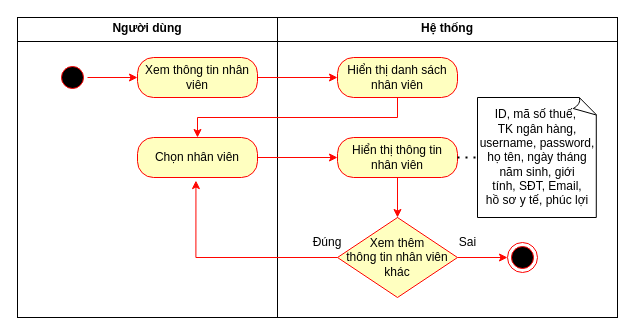
HaojackYT/DAA_SA keeps this draw.io diagram as Sơ đồ hoạt động UC xem thông tin nhân viên.drawio. Above is the earlier version. Source tidied: cells renumbered, new cells numbered last; positions are measured from the earlier drawing's top-left corner, leaving out a move shared by most shapes. Both pictures are drawn from the tidied source at 100%, with x=0, y=0 at pixel (17, 17).
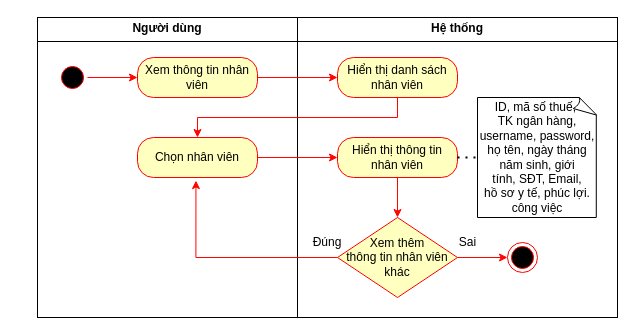
After the change.

Change to the diagram source:
```diff
@@
     <mxCell id="2" value="&lt;p style=&quot;margin:0px;margin-top:4px;text-align:center;&quot;&gt;&lt;b&gt;Hệ thống&lt;/b&gt;&lt;/p&gt;&lt;hr size=&quot;1&quot; style=&quot;border-style:solid;&quot;&gt;&lt;div style=&quot;height:2px;&quot;&gt;&lt;/div&gt;" style="verticalAlign=top;align=left;overflow=fill;html=1;whiteSpace=wrap;" parent="1" vertex="1">
-      <mxGeometry x="260" width="340" height="300" as="geometry" />
+      <mxGeometry x="280" width="320" height="300" as="geometry" />
     </mxCell>
     <mxCell id="3" value="&lt;p style=&quot;margin:0px;margin-top:4px;text-align:center;&quot;&gt;&lt;b&gt;Người dùng&lt;/b&gt;&lt;/p&gt;&lt;hr size=&quot;1&quot; style=&quot;border-style:solid;&quot;&gt;&lt;div style=&quot;height:2px;&quot;&gt;&lt;/div&gt;" style="verticalAlign=top;align=left;overflow=fill;html=1;whiteSpace=wrap;" parent="1" vertex="1">
-      <mxGeometry width="260" height="300" as="geometry" />
+      <mxGeometry x="20" width="260" height="300" as="geometry" />
     </mxCell>
@@
-    <mxCell id="15" value="ID, mã số thuế,&amp;nbsp;&lt;br&gt;TK ngân hàng,&lt;div&gt;username, password, họ tên,&amp;nbsp;&lt;span style=&quot;background-color: transparent; color: light-dark(rgb(0, 0, 0), rgb(255, 255, 255));&quot;&gt;ngày tháng&lt;/span&gt;&lt;/div&gt;&lt;div&gt;&lt;span style=&quot;background-color: transparent; color: light-dark(rgb(0, 0, 0), rgb(255, 255, 255));&quot;&gt;năm sinh,&amp;nbsp;&lt;/span&gt;&lt;span style=&quot;background-color: transparent; color: light-dark(rgb(0, 0, 0), rgb(255, 255, 255));&quot;&gt;giới tính,&amp;nbsp;&lt;/span&gt;&lt;span style=&quot;background-color: transparent; color: light-dark(rgb(0, 0, 0), rgb(255, 255, 255));&quot;&gt;SĐT, Email,&lt;/span&gt;&lt;/div&gt;&lt;div&gt;&lt;div&gt;&lt;div&gt;hồ sơ y tế, phúc lợi&lt;/div&gt;&lt;/div&gt;&lt;/div&gt;" style="whiteSpace=wrap;html=1;shape=mxgraph.basic.document;align=center;" parent="1" vertex="1">
+    <mxCell id="15" value="ID, mã số thuế,&amp;nbsp;&lt;br&gt;TK ngân hàng,&lt;div&gt;username, password, họ tên,&amp;nbsp;&lt;span style=&quot;background-color: transparent; color: light-dark(rgb(0, 0, 0), rgb(255, 255, 255));&quot;&gt;ngày tháng&lt;/span&gt;&lt;/div&gt;&lt;div&gt;&lt;span style=&quot;background-color: transparent; color: light-dark(rgb(0, 0, 0), rgb(255, 255, 255));&quot;&gt;năm sinh,&amp;nbsp;&lt;/span&gt;&lt;span style=&quot;background-color: transparent; color: light-dark(rgb(0, 0, 0), rgb(255, 255, 255));&quot;&gt;giới tính,&amp;nbsp;&lt;/span&gt;&lt;span style=&quot;background-color: transparent; color: light-dark(rgb(0, 0, 0), rgb(255, 255, 255));&quot;&gt;SĐT, Email,&lt;/span&gt;&lt;/div&gt;&lt;div&gt;hồ sơ y tế, phúc lợi.&lt;br&gt;công việc&lt;/div&gt;" style="whiteSpace=wrap;html=1;shape=mxgraph.basic.document;align=center;" parent="1" vertex="1">
       <mxGeometry x="460" y="80" width="120" height="120" as="geometry" />
     </mxCell>
```
